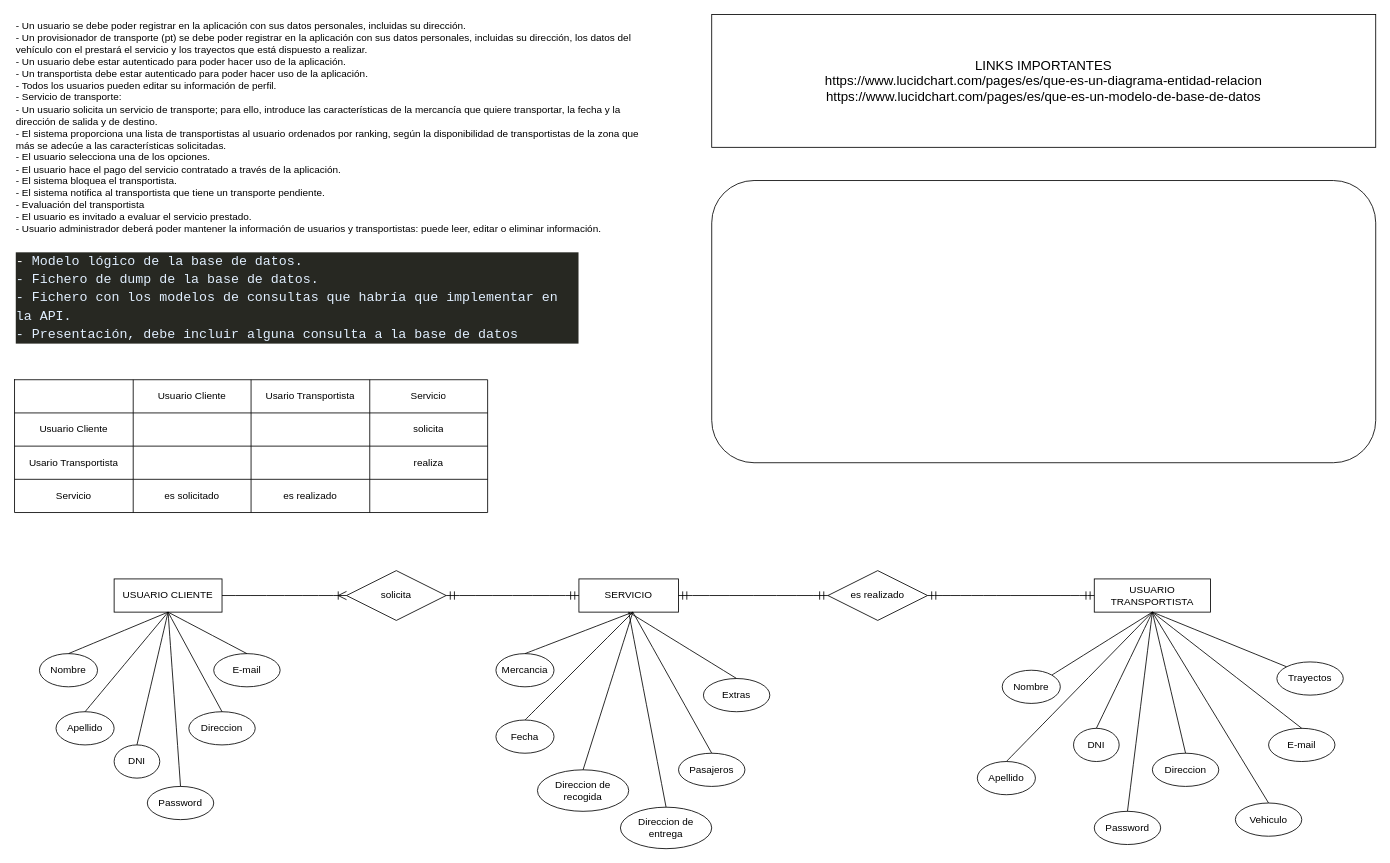
The draw.io diagram Diagrama sin título.drawio in Factoria-F5-Git/mudapp-loquetucorazontediga, before the edit. Source tidied: cells renumbered, new cells numbered last; positions are measured from the earlier drawing's top-left corner, leaving out a move shared by most shapes. Both pictures are drawn from the tidied source at 83%, with x=0, y=0 at pixel (14, 14).
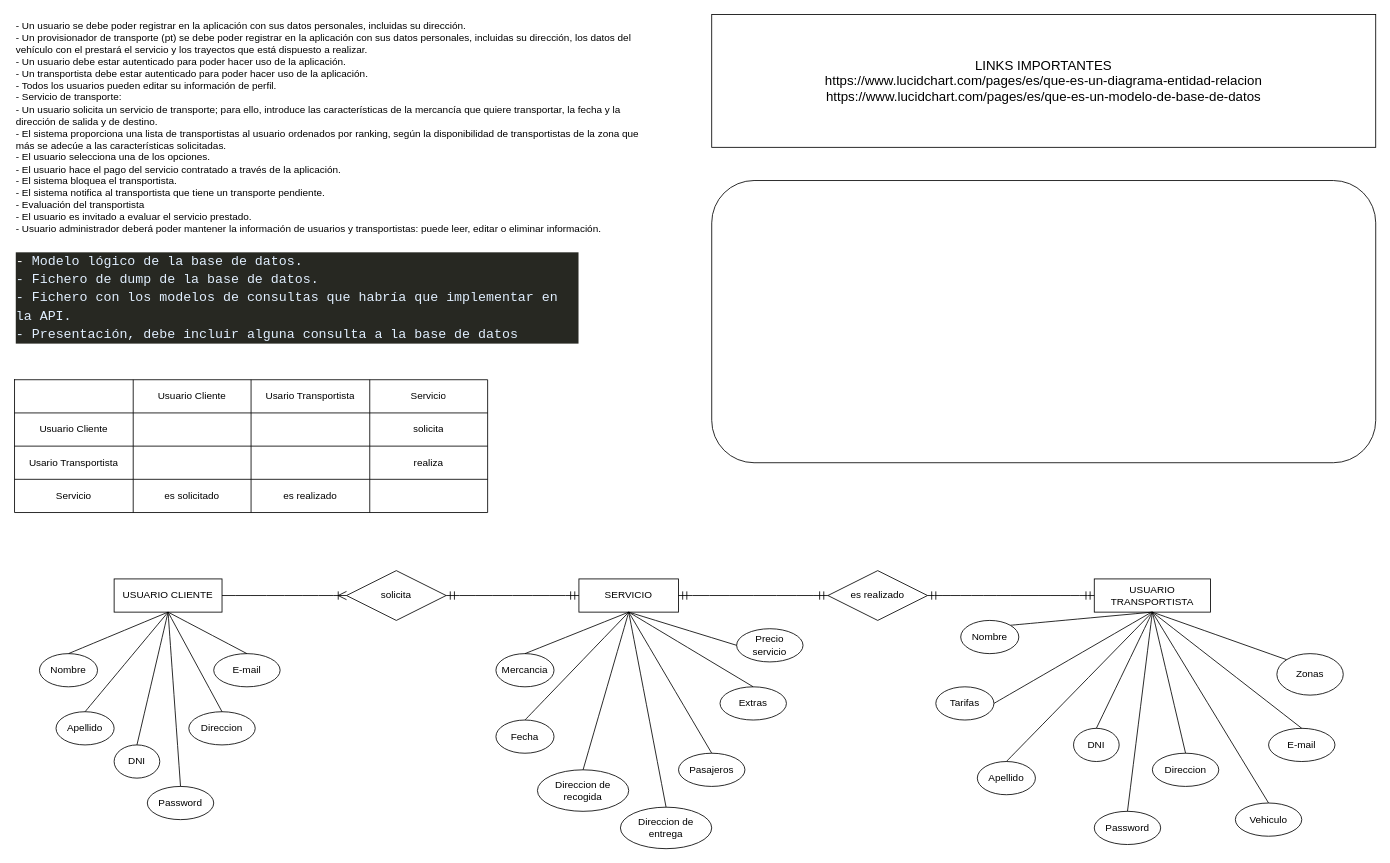
Above is the later version.

The change refers to these unchanged cells:
```xml
<mxCell id="27" value="SERVICIO" style="whiteSpace=wrap;html=1;align=center;" parent="1" vertex="1">
  <mxGeometry x="680" y="680" width="120" height="40" as="geometry" />
</mxCell>
<mxCell id="61" value="Mercancia" style="ellipse;whiteSpace=wrap;html=1;align=center;" parent="1" vertex="1">
  <mxGeometry x="580" y="770" width="70" height="40" as="geometry" />
</mxCell>
<mxCell id="62" value="Fecha" style="ellipse;whiteSpace=wrap;html=1;align=center;" parent="1" vertex="1">
  <mxGeometry x="580" y="850" width="70" height="40" as="geometry" />
</mxCell>
<mxCell id="65" value="Direccion de recogida" style="ellipse;whiteSpace=wrap;html=1;align=center;" parent="1" vertex="1">
  <mxGeometry x="630" y="910" width="110" height="50" as="geometry" />
</mxCell>
<mxCell id="69" value="Pasajeros" style="ellipse;whiteSpace=wrap;html=1;align=center;" parent="1" vertex="1">
  <mxGeometry x="800" y="890" width="80" height="40" as="geometry" />
</mxCell>
```

Diff of the diagram source:
```diff
@@
-    <mxCell id="59" value="Trayectos" style="ellipse;whiteSpace=wrap;html=1;align=center;" parent="1" vertex="1">
-      <mxGeometry x="1520.9" y="780" width="80" height="40" as="geometry" />
+    <mxCell id="59" value="Zonas" style="ellipse;whiteSpace=wrap;html=1;align=center;" parent="1" vertex="1">
+      <mxGeometry x="1520.9" y="770" width="80" height="50" as="geometry" />
     </mxCell>
@@
-    <mxCell id="63" style="endArrow=none;html=1;rounded=0;fontSize=12;startSize=8;endSize=8;curved=1;entryX=0.5;entryY=1;entryDx=0;entryDy=0;exitX=0.5;exitY=0;exitDx=0;exitDy=0;" parent="1" edge="1" source="62">
-      <mxGeometry relative="1" as="geometry">
-        <mxPoint x="745" y="720" as="targetPoint" />
-      </mxGeometry>
+    <mxCell id="63" style="endArrow=none;html=1;rounded=0;fontSize=12;startSize=8;endSize=8;curved=1;entryX=0.5;entryY=1;entryDx=0;entryDy=0;exitX=0.5;exitY=0;exitDx=0;exitDy=0;" parent="1" edge="1" source="62" target="27">
+      <mxGeometry relative="1" as="geometry" />
     </mxCell>
-    <mxCell id="64" style="endArrow=none;html=1;rounded=0;fontSize=12;startSize=8;endSize=8;curved=1;entryX=0.5;entryY=1;entryDx=0;entryDy=0;exitX=0.5;exitY=0;exitDx=0;exitDy=0;" parent="1" edge="1" source="61">
-      <mxGeometry relative="1" as="geometry">
-        <mxPoint x="745" y="720" as="targetPoint" />
-      </mxGeometry>
+    <mxCell id="64" style="endArrow=none;html=1;rounded=0;fontSize=12;startSize=8;endSize=8;curved=1;entryX=0.5;entryY=1;entryDx=0;entryDy=0;exitX=0.5;exitY=0;exitDx=0;exitDy=0;" parent="1" edge="1" source="61" target="27">
+      <mxGeometry relative="1" as="geometry" />
     </mxCell>
@@
-    <mxCell id="66" style="endArrow=none;html=1;rounded=0;fontSize=12;startSize=8;endSize=8;curved=1;entryX=0.5;entryY=0;entryDx=0;entryDy=0;exitX=0.5;exitY=1;exitDx=0;exitDy=0;" parent="1" edge="1" target="65">
-      <mxGeometry relative="1" as="geometry">
-        <mxPoint x="745" y="720" as="sourcePoint" />
-      </mxGeometry>
+    <mxCell id="66" style="endArrow=none;html=1;rounded=0;fontSize=12;startSize=8;endSize=8;curved=1;entryX=0.5;entryY=0;entryDx=0;entryDy=0;exitX=0.5;exitY=1;exitDx=0;exitDy=0;" parent="1" edge="1" source="27" target="65">
+      <mxGeometry relative="1" as="geometry" />
     </mxCell>
@@
-    <mxCell id="70" style="endArrow=none;html=1;rounded=0;fontSize=12;startSize=8;endSize=8;curved=1;entryX=0.5;entryY=0;entryDx=0;entryDy=0;exitX=0.5;exitY=1;exitDx=0;exitDy=0;" parent="1" edge="1" target="69">
-      <mxGeometry relative="1" as="geometry">
-        <mxPoint x="745" y="720" as="sourcePoint" />
-      </mxGeometry>
+    <mxCell id="70" style="endArrow=none;html=1;rounded=0;fontSize=12;startSize=8;endSize=8;curved=1;entryX=0.5;entryY=0;entryDx=0;entryDy=0;exitX=0.5;exitY=1;exitDx=0;exitDy=0;" parent="1" edge="1" source="27" target="69">
+      <mxGeometry relative="1" as="geometry" />
     </mxCell>
     <mxCell id="71" value="Extras" style="ellipse;whiteSpace=wrap;html=1;align=center;" parent="1" vertex="1">
-      <mxGeometry x="830" y="800" width="80" height="40" as="geometry" />
+      <mxGeometry x="850" y="810" width="80" height="40" as="geometry" />
     </mxCell>
@@
-    <mxCell id="73" style="endArrow=none;html=1;rounded=0;fontSize=12;startSize=8;endSize=8;curved=1;entryX=0.5;entryY=1;entryDx=0;entryDy=0;exitX=1;exitY=0;exitDx=0;exitDy=0;" parent="1" edge="1" target="74">
-      <mxGeometry relative="1" as="geometry">
-        <mxPoint x="1230" y="795.5" as="sourcePoint" />
-      </mxGeometry>
-    </mxCell>
     <mxCell id="74" value="Nombre" style="ellipse;whiteSpace=wrap;html=1;align=center;" parent="1" vertex="1">
-      <mxGeometry x="1190" y="790" width="70" height="40" as="geometry" />
+      <mxGeometry x="1140" y="730" width="70" height="40" as="geometry" />
     </mxCell>
@@
+    <mxCell id="77" value="Precio servicio" style="ellipse;whiteSpace=wrap;html=1;align=center;" parent="1" vertex="1">
+      <mxGeometry x="870" y="740" width="80" height="40" as="geometry" />
+    </mxCell>
+    <mxCell id="78" value="Tarifas" style="ellipse;whiteSpace=wrap;html=1;align=center;" parent="1" vertex="1">
+      <mxGeometry x="1110" y="810" width="70" height="40" as="geometry" />
+    </mxCell>
+    <mxCell id="79" style="endArrow=none;html=1;rounded=0;fontSize=12;startSize=8;endSize=8;curved=1;exitX=0.5;exitY=0;exitDx=0;exitDy=0;" parent="1" edge="1">
+      <mxGeometry relative="1" as="geometry">
+        <mxPoint x="1180" y="830" as="sourcePoint" />
+        <mxPoint x="1370" y="720" as="targetPoint" />
+      </mxGeometry>
+    </mxCell>
+    <mxCell id="80" style="endArrow=none;html=1;rounded=0;fontSize=12;startSize=8;endSize=8;curved=1;entryX=0;entryY=0.5;entryDx=0;entryDy=0;exitX=0.5;exitY=1;exitDx=0;exitDy=0;" parent="1" edge="1" source="27" target="77">
+      <mxGeometry relative="1" as="geometry" />
+    </mxCell>
```
